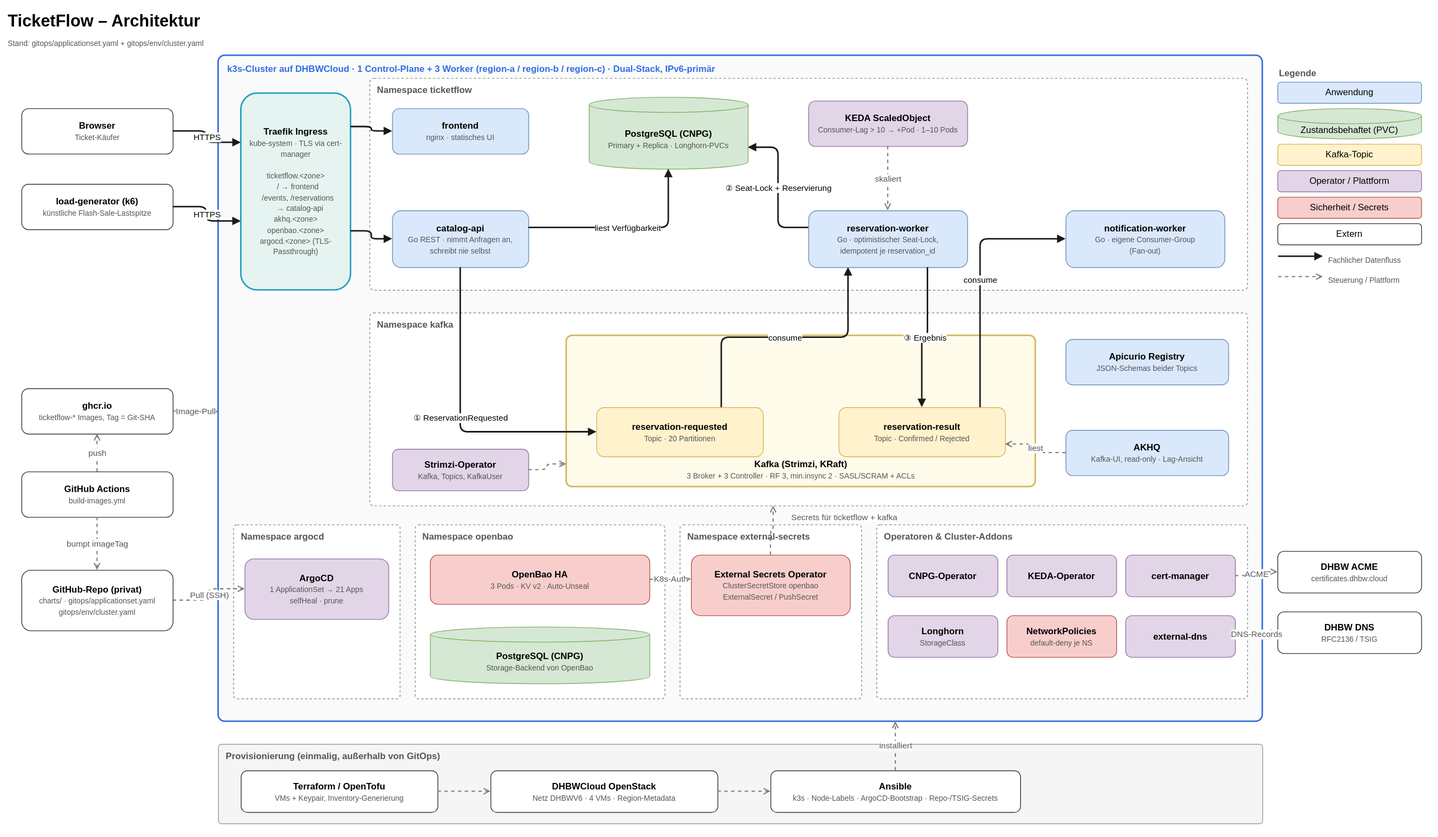
The draw.io diagram docs/architecture/architecture.drawio.svg in Engelhan/DHBWCASCloudNative, before a commit. Source tidied: cells renumbered, new cells last; positions are measured from the earlier drawing's top-left corner, leaving out a move shared by most shapes.
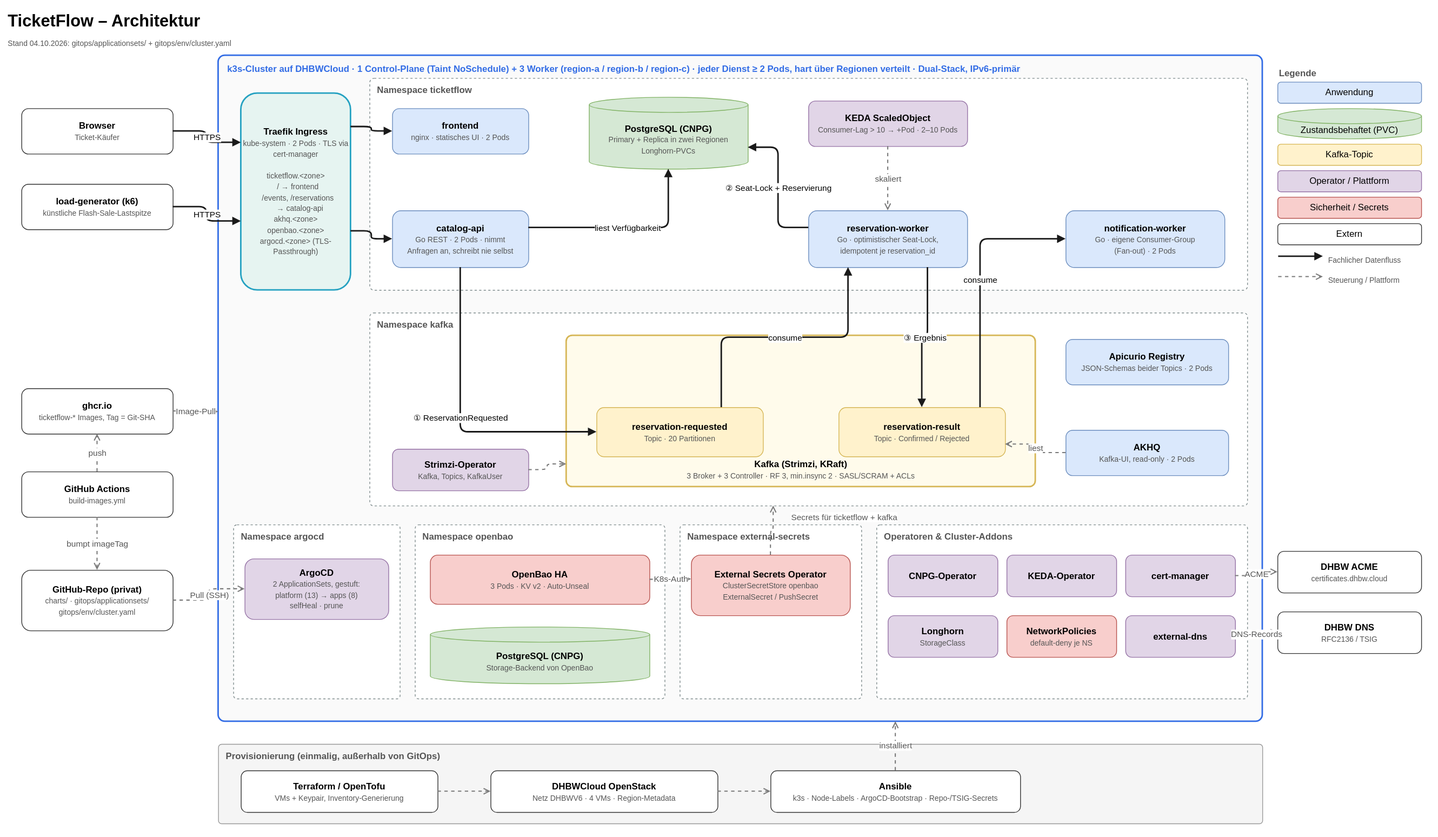
Above is the later version.

Commit message:
docs: update architecture diagram to staged ApplicationSets and min replicas

Diff of the diagram source:
```diff
@@ -5,10 +5,10 @@
     <mxCell id="2" value="TicketFlow – Architektur" style="text;fontSize=22;fontStyle=1;align=left;verticalAlign=middle;fontFamily=Helvetica;html=1;" parent="1" vertex="1">
       <mxGeometry width="800" height="40" as="geometry" />
     </mxCell>
-    <mxCell id="3" value="&lt;font style=&quot;font-size:10px&quot; color=&quot;#555555&quot;&gt;Stand: gitops/applicationset.yaml + gitops/env/cluster.yaml&lt;/font&gt;" style="text;align=left;verticalAlign=top;fontSize=11;fontColor=#555555;fontFamily=Helvetica;fontSize=12;html=1;whiteSpace=wrap;" parent="1" vertex="1">
+    <mxCell id="3" value="&lt;font style=&quot;font-size:10px&quot; color=&quot;#555555&quot;&gt;Stand 04.10.2026: gitops/applicationsets/ + gitops/env/cluster.yaml&lt;/font&gt;" style="text;align=left;verticalAlign=top;fontSize=11;fontColor=#555555;fontFamily=Helvetica;fontSize=12;html=1;whiteSpace=wrap;" parent="1" vertex="1">
       <mxGeometry y="35" width="600" height="20" as="geometry" />
     </mxCell>
-    <mxCell id="4" value="k3s-Cluster auf DHBWCloud · 1 Control-Plane + 3 Worker (region-a / region-b / region-c) · Dual-Stack, IPv6-primär" style="rounded=1;arcSize=1;fillColor=#FAFAFA;strokeColor=#326CE5;strokeWidth=2;verticalAlign=top;align=left;spacingLeft=10;spacingTop=4;fontStyle=1;fontSize=14;fontColor=#326CE5;fontFamily=Helvetica;fontSize=12;html=1;whiteSpace=wrap;" parent="1" vertex="1">
+    <mxCell id="4" value="k3s-Cluster auf DHBWCloud · 1 Control-Plane (Taint NoSchedule) + 3 Worker (region-a / region-b / region-c) · jeder Dienst ≥ 2 Pods, hart über Regionen verteilt · Dual-Stack, IPv6-primär" style="rounded=1;arcSize=1;fillColor=#FAFAFA;strokeColor=#326CE5;strokeWidth=2;verticalAlign=top;align=left;spacingLeft=10;spacingTop=4;fontStyle=1;fontSize=14;fontColor=#326CE5;fontFamily=Helvetica;fontSize=12;html=1;whiteSpace=wrap;" parent="1" vertex="1">
       <mxGeometry x="280" y="65" width="1380" height="880" as="geometry" />
     </mxCell>
     <mxCell id="5" value="Namespace ticketflow" style="rounded=1;arcSize=2;fillColor=#FFFFFF;strokeColor=#7F8C8D;dashed=1;verticalAlign=top;align=left;spacingLeft=8;spacingTop=2;fontStyle=1;fontColor=#555555;fontFamily=Helvetica;fontSize=12;html=1;whiteSpace=wrap;" parent="1" vertex="1">
@@ -44,7 +44,7 @@
     <mxCell id="15" value="&lt;b&gt;GitHub Actions&lt;/b&gt;&lt;br&gt;&lt;font style=&quot;font-size:10px&quot; color=&quot;#555555&quot;&gt;build-images.yml&lt;/font&gt;" style="rounded=1;fillColor=#FFFFFF;strokeColor=#333333;fontFamily=Helvetica;fontSize=12;html=1;whiteSpace=wrap;" parent="1" vertex="1">
       <mxGeometry x="20" y="615" width="200" height="60" as="geometry" />
     </mxCell>
-    <mxCell id="16" value="&lt;b&gt;GitHub-Repo (privat)&lt;/b&gt;&lt;br&gt;&lt;font style=&quot;font-size:10px&quot; color=&quot;#555555&quot;&gt;charts/ · gitops/applicationset.yaml&lt;br&gt;gitops/env/cluster.yaml&lt;/font&gt;" style="rounded=1;fillColor=#FFFFFF;strokeColor=#333333;fontFamily=Helvetica;fontSize=12;html=1;whiteSpace=wrap;" parent="1" vertex="1">
+    <mxCell id="16" value="&lt;b&gt;GitHub-Repo (privat)&lt;/b&gt;&lt;br&gt;&lt;font style=&quot;font-size:10px&quot; color=&quot;#555555&quot;&gt;charts/ · gitops/applicationsets/&lt;br&gt;gitops/env/cluster.yaml&lt;/font&gt;" style="rounded=1;fillColor=#FFFFFF;strokeColor=#333333;fontFamily=Helvetica;fontSize=12;html=1;whiteSpace=wrap;" parent="1" vertex="1">
       <mxGeometry x="20" y="745" width="200" height="80" as="geometry" />
     </mxCell>
     <mxCell id="17" value="&lt;b&gt;DHBW ACME&lt;/b&gt;&lt;br&gt;&lt;font style=&quot;font-size:10px&quot; color=&quot;#555555&quot;&gt;certificates.dhbw.cloud&lt;/font&gt;" style="rounded=1;fillColor=#FFFFFF;strokeColor=#333333;fontFamily=Helvetica;fontSize=12;html=1;whiteSpace=wrap;" parent="1" vertex="1">
@@ -53,25 +53,25 @@
     <mxCell id="18" value="&lt;b&gt;DHBW DNS&lt;/b&gt;&lt;br&gt;&lt;font style=&quot;font-size:10px&quot; color=&quot;#555555&quot;&gt;RFC2136 / TSIG&lt;/font&gt;" style="rounded=1;fillColor=#FFFFFF;strokeColor=#333333;fontFamily=Helvetica;fontSize=12;html=1;whiteSpace=wrap;" parent="1" vertex="1">
       <mxGeometry x="1680" y="800" width="190" height="55" as="geometry" />
     </mxCell>
-    <mxCell id="19" value="&lt;b&gt;Traefik Ingress&lt;/b&gt;&lt;br&gt;&lt;font style=&quot;font-size:10px&quot; color=&quot;#555555&quot;&gt;kube-system · TLS via cert-manager&lt;/font&gt;&lt;br&gt;&lt;br&gt;&lt;font style=&quot;font-size:10px&quot; color=&quot;#555555&quot;&gt;ticketflow.&amp;lt;zone&amp;gt;&lt;br&gt;&amp;nbsp;&amp;nbsp;/ → frontend&lt;br&gt;&amp;nbsp;&amp;nbsp;/events, /reservations&lt;br&gt;&amp;nbsp;&amp;nbsp;&amp;nbsp;&amp;nbsp;→ catalog-api&lt;br&gt;akhq.&amp;lt;zone&amp;gt;&lt;br&gt;openbao.&amp;lt;zone&amp;gt;&lt;br&gt;argocd.&amp;lt;zone&amp;gt; (TLS-Passthrough)&lt;/font&gt;" style="rounded=1;fillColor=#E6F4F1;strokeColor=#24A1C1;strokeWidth=2;fontFamily=Helvetica;fontSize=12;html=1;whiteSpace=wrap;" parent="1" vertex="1">
+    <mxCell id="19" value="&lt;b&gt;Traefik Ingress&lt;/b&gt;&lt;br&gt;&lt;font style=&quot;font-size:10px&quot; color=&quot;#555555&quot;&gt;kube-system · 2 Pods · TLS via cert-manager&lt;/font&gt;&lt;br&gt;&lt;br&gt;&lt;font style=&quot;font-size:10px&quot; color=&quot;#555555&quot;&gt;ticketflow.&amp;lt;zone&amp;gt;&lt;br&gt;&amp;nbsp;&amp;nbsp;/ → frontend&lt;br&gt;&amp;nbsp;&amp;nbsp;/events, /reservations&lt;br&gt;&amp;nbsp;&amp;nbsp;&amp;nbsp;&amp;nbsp;→ catalog-api&lt;br&gt;akhq.&amp;lt;zone&amp;gt;&lt;br&gt;openbao.&amp;lt;zone&amp;gt;&lt;br&gt;argocd.&amp;lt;zone&amp;gt; (TLS-Passthrough)&lt;/font&gt;" style="rounded=1;fillColor=#E6F4F1;strokeColor=#24A1C1;strokeWidth=2;fontFamily=Helvetica;fontSize=12;html=1;whiteSpace=wrap;" parent="1" vertex="1">
       <mxGeometry x="310" y="115" width="145" height="260" as="geometry" />
     </mxCell>
-    <mxCell id="20" value="&lt;b&gt;frontend&lt;/b&gt;&lt;br&gt;&lt;font style=&quot;font-size:10px&quot; color=&quot;#555555&quot;&gt;nginx · statisches UI&lt;/font&gt;" style="rounded=1;fillColor=#DAE8FC;strokeColor=#6C8EBF;fontFamily=Helvetica;fontSize=12;html=1;whiteSpace=wrap;" parent="1" vertex="1">
+    <mxCell id="20" value="&lt;b&gt;frontend&lt;/b&gt;&lt;br&gt;&lt;font style=&quot;font-size:10px&quot; color=&quot;#555555&quot;&gt;nginx · statisches UI · 2 Pods&lt;/font&gt;" style="rounded=1;fillColor=#DAE8FC;strokeColor=#6C8EBF;fontFamily=Helvetica;fontSize=12;html=1;whiteSpace=wrap;" parent="1" vertex="1">
       <mxGeometry x="510" y="135" width="180" height="60" as="geometry" />
     </mxCell>
-    <mxCell id="21" value="&lt;b&gt;catalog-api&lt;/b&gt;&lt;br&gt;&lt;font style=&quot;font-size:10px&quot; color=&quot;#555555&quot;&gt;Go REST · nimmt Anfragen an,&lt;br&gt;schreibt nie selbst&lt;/font&gt;" style="rounded=1;fillColor=#DAE8FC;strokeColor=#6C8EBF;fontFamily=Helvetica;fontSize=12;html=1;whiteSpace=wrap;" parent="1" vertex="1">
+    <mxCell id="21" value="&lt;b&gt;catalog-api&lt;/b&gt;&lt;br&gt;&lt;font style=&quot;font-size:10px&quot; color=&quot;#555555&quot;&gt;Go REST · 2 Pods · nimmt&lt;br&gt;Anfragen an, schreibt nie selbst&lt;/font&gt;" style="rounded=1;fillColor=#DAE8FC;strokeColor=#6C8EBF;fontFamily=Helvetica;fontSize=12;html=1;whiteSpace=wrap;" parent="1" vertex="1">
       <mxGeometry x="510" y="270" width="180" height="75" as="geometry" />
     </mxCell>
-    <mxCell id="22" value="&lt;b&gt;PostgreSQL (CNPG)&lt;/b&gt;&lt;br&gt;&lt;font style=&quot;font-size:10px&quot; color=&quot;#555555&quot;&gt;Primary + Replica · Longhorn-PVCs&lt;/font&gt;" style="shape=cylinder3;boundedLbl=1;backgroundOutline=1;size=10;fillColor=#D5E8D4;strokeColor=#82B366;fontFamily=Helvetica;fontSize=12;html=1;whiteSpace=wrap;" parent="1" vertex="1">
+    <mxCell id="22" value="&lt;b&gt;PostgreSQL (CNPG)&lt;/b&gt;&lt;br&gt;&lt;font style=&quot;font-size:10px&quot; color=&quot;#555555&quot;&gt;Primary + Replica in zwei Regionen&lt;br&gt;Longhorn-PVCs&lt;/font&gt;" style="shape=cylinder3;boundedLbl=1;backgroundOutline=1;size=10;fillColor=#D5E8D4;strokeColor=#82B366;fontFamily=Helvetica;fontSize=12;html=1;whiteSpace=wrap;" parent="1" vertex="1">
       <mxGeometry x="770" y="120" width="210" height="95" as="geometry" />
     </mxCell>
-    <mxCell id="23" value="&lt;b&gt;KEDA ScaledObject&lt;/b&gt;&lt;br&gt;&lt;font style=&quot;font-size:10px&quot; color=&quot;#555555&quot;&gt;Consumer-Lag &amp;gt; 10 → +Pod · 1–10 Pods&lt;/font&gt;" style="rounded=1;fillColor=#E1D5E7;strokeColor=#9673A6;fontFamily=Helvetica;fontSize=12;html=1;whiteSpace=wrap;" parent="1" vertex="1">
+    <mxCell id="23" value="&lt;b&gt;KEDA ScaledObject&lt;/b&gt;&lt;br&gt;&lt;font style=&quot;font-size:10px&quot; color=&quot;#555555&quot;&gt;Consumer-Lag &amp;gt; 10 → +Pod · 2–10 Pods&lt;/font&gt;" style="rounded=1;fillColor=#E1D5E7;strokeColor=#9673A6;fontFamily=Helvetica;fontSize=12;html=1;whiteSpace=wrap;" parent="1" vertex="1">
       <mxGeometry x="1060" y="125" width="210" height="60" as="geometry" />
     </mxCell>
     <mxCell id="24" value="&lt;b&gt;reservation-worker&lt;/b&gt;&lt;br&gt;&lt;font style=&quot;font-size:10px&quot; color=&quot;#555555&quot;&gt;Go · optimistischer Seat-Lock,&lt;br&gt;idempotent je reservation_id&lt;/font&gt;" style="rounded=1;fillColor=#DAE8FC;strokeColor=#6C8EBF;fontFamily=Helvetica;fontSize=12;html=1;whiteSpace=wrap;" parent="1" vertex="1">
       <mxGeometry x="1060" y="270" width="210" height="75" as="geometry" />
     </mxCell>
-    <mxCell id="25" value="&lt;b&gt;notification-worker&lt;/b&gt;&lt;br&gt;&lt;font style=&quot;font-size:10px&quot; color=&quot;#555555&quot;&gt;Go · eigene Consumer-Group&lt;br&gt;(Fan-out)&lt;/font&gt;" style="rounded=1;fillColor=#DAE8FC;strokeColor=#6C8EBF;fontFamily=Helvetica;fontSize=12;html=1;whiteSpace=wrap;" parent="1" vertex="1">
+    <mxCell id="25" value="&lt;b&gt;notification-worker&lt;/b&gt;&lt;br&gt;&lt;font style=&quot;font-size:10px&quot; color=&quot;#555555&quot;&gt;Go · eigene Consumer-Group&lt;br&gt;(Fan-out) · 2 Pods&lt;/font&gt;" style="rounded=1;fillColor=#DAE8FC;strokeColor=#6C8EBF;fontFamily=Helvetica;fontSize=12;html=1;whiteSpace=wrap;" parent="1" vertex="1">
       <mxGeometry x="1400" y="270" width="210" height="75" as="geometry" />
     </mxCell>
     <mxCell id="26" value="&lt;b&gt;Kafka (Strimzi, KRaft)&lt;/b&gt;&lt;br&gt;&lt;font style=&quot;font-size:10px&quot; color=&quot;#555555&quot;&gt;3 Broker + 3 Controller · RF 3, min.insync 2 · SASL/SCRAM + ACLs&lt;/font&gt;" style="rounded=1;arcSize=4;fillColor=#FFFBEB;strokeColor=#D6B656;strokeWidth=2;verticalAlign=bottom;spacingBottom=6;fontFamily=Helvetica;fontSize=12;html=1;whiteSpace=wrap;" parent="1" vertex="1">
@@ -86,13 +86,13 @@
     <mxCell id="29" value="&lt;b&gt;Strimzi-Operator&lt;/b&gt;&lt;br&gt;&lt;font style=&quot;font-size:10px&quot; color=&quot;#555555&quot;&gt;Kafka, Topics, KafkaUser&lt;/font&gt;" style="rounded=1;fillColor=#E1D5E7;strokeColor=#9673A6;fontFamily=Helvetica;fontSize=12;html=1;whiteSpace=wrap;" parent="1" vertex="1">
       <mxGeometry x="510" y="585" width="180" height="55" as="geometry" />
     </mxCell>
-    <mxCell id="30" value="&lt;b&gt;Apicurio Registry&lt;/b&gt;&lt;br&gt;&lt;font style=&quot;font-size:10px&quot; color=&quot;#555555&quot;&gt;JSON-Schemas beider Topics&lt;/font&gt;" style="rounded=1;fillColor=#DAE8FC;strokeColor=#6C8EBF;fontFamily=Helvetica;fontSize=12;html=1;whiteSpace=wrap;" parent="1" vertex="1">
+    <mxCell id="30" value="&lt;b&gt;Apicurio Registry&lt;/b&gt;&lt;br&gt;&lt;font style=&quot;font-size:10px&quot; color=&quot;#555555&quot;&gt;JSON-Schemas beider Topics · 2 Pods&lt;/font&gt;" style="rounded=1;fillColor=#DAE8FC;strokeColor=#6C8EBF;fontFamily=Helvetica;fontSize=12;html=1;whiteSpace=wrap;" parent="1" vertex="1">
       <mxGeometry x="1400" y="440" width="215" height="60" as="geometry" />
     </mxCell>
-    <mxCell id="31" value="&lt;b&gt;AKHQ&lt;/b&gt;&lt;br&gt;&lt;font style=&quot;font-size:10px&quot; color=&quot;#555555&quot;&gt;Kafka-UI, read-only · Lag-Ansicht&lt;/font&gt;" style="rounded=1;fillColor=#DAE8FC;strokeColor=#6C8EBF;fontFamily=Helvetica;fontSize=12;html=1;whiteSpace=wrap;" parent="1" vertex="1">
+    <mxCell id="31" value="&lt;b&gt;AKHQ&lt;/b&gt;&lt;br&gt;&lt;font style=&quot;font-size:10px&quot; color=&quot;#555555&quot;&gt;Kafka-UI, read-only · 2 Pods&lt;/font&gt;" style="rounded=1;fillColor=#DAE8FC;strokeColor=#6C8EBF;fontFamily=Helvetica;fontSize=12;html=1;whiteSpace=wrap;" parent="1" vertex="1">
       <mxGeometry x="1400" y="560" width="215" height="60" as="geometry" />
     </mxCell>
-    <mxCell id="32" value="&lt;b&gt;ArgoCD&lt;/b&gt;&lt;br&gt;&lt;font style=&quot;font-size:10px&quot; color=&quot;#555555&quot;&gt;1 ApplicationSet → 21 Apps&lt;br&gt;selfHeal · prune&lt;/font&gt;" style="rounded=1;fillColor=#E1D5E7;strokeColor=#9673A6;fontFamily=Helvetica;fontSize=12;html=1;whiteSpace=wrap;" parent="1" vertex="1">
+    <mxCell id="32" value="&lt;b&gt;ArgoCD&lt;/b&gt;&lt;br&gt;&lt;font style=&quot;font-size:10px&quot; color=&quot;#555555&quot;&gt;2 ApplicationSets, gestuft:&lt;br&gt;platform (13) → apps (8)&lt;br&gt;selfHeal · prune&lt;/font&gt;" style="rounded=1;fillColor=#E1D5E7;strokeColor=#9673A6;fontFamily=Helvetica;fontSize=12;html=1;whiteSpace=wrap;" parent="1" vertex="1">
       <mxGeometry x="315" y="730" width="190" height="80" as="geometry" />
     </mxCell>
     <mxCell id="33" value="&lt;b&gt;OpenBao HA&lt;/b&gt;&lt;br&gt;&lt;font style=&quot;font-size:10px&quot; color=&quot;#555555&quot;&gt;3 Pods · KV v2 · Auto-Unseal&lt;/font&gt;" style="rounded=1;fillColor=#F8CECC;strokeColor=#B85450;fontFamily=Helvetica;fontSize=12;html=1;whiteSpace=wrap;" parent="1" vertex="1">
```
